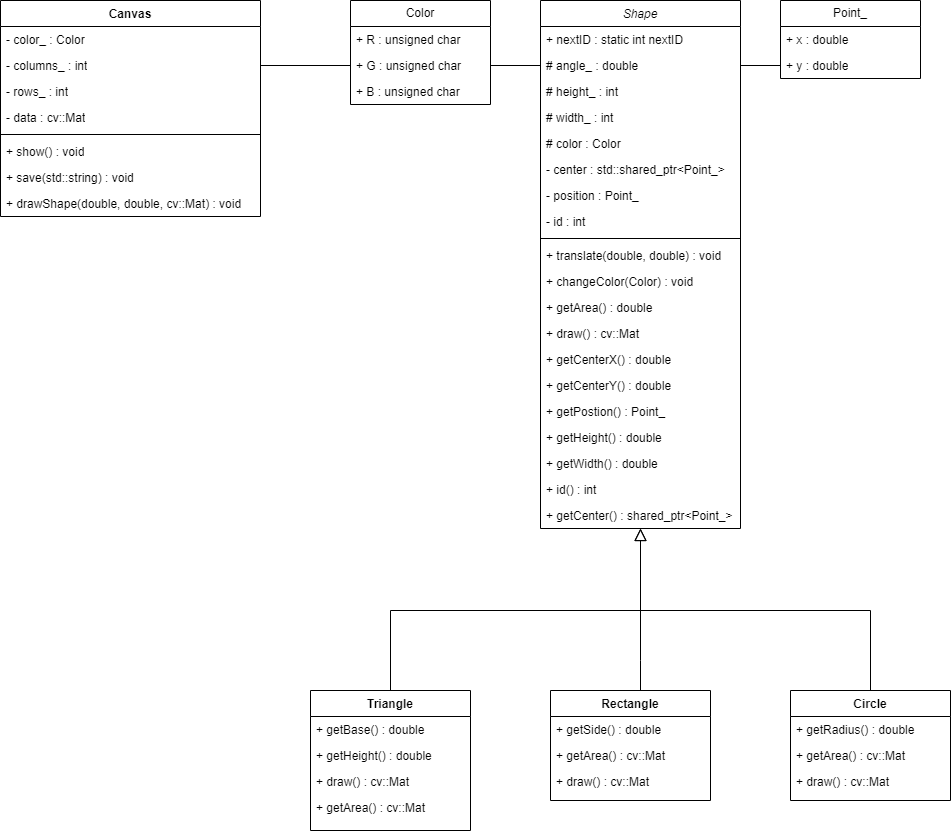
Earlier version of the draw.io export ClassDiagram.png (raisulzaeem/CppND-Capstone). Source tidied: cells renumbered, new cells last; positions are measured from the earlier drawing's top-left corner, leaving out a move shared by most shapes.
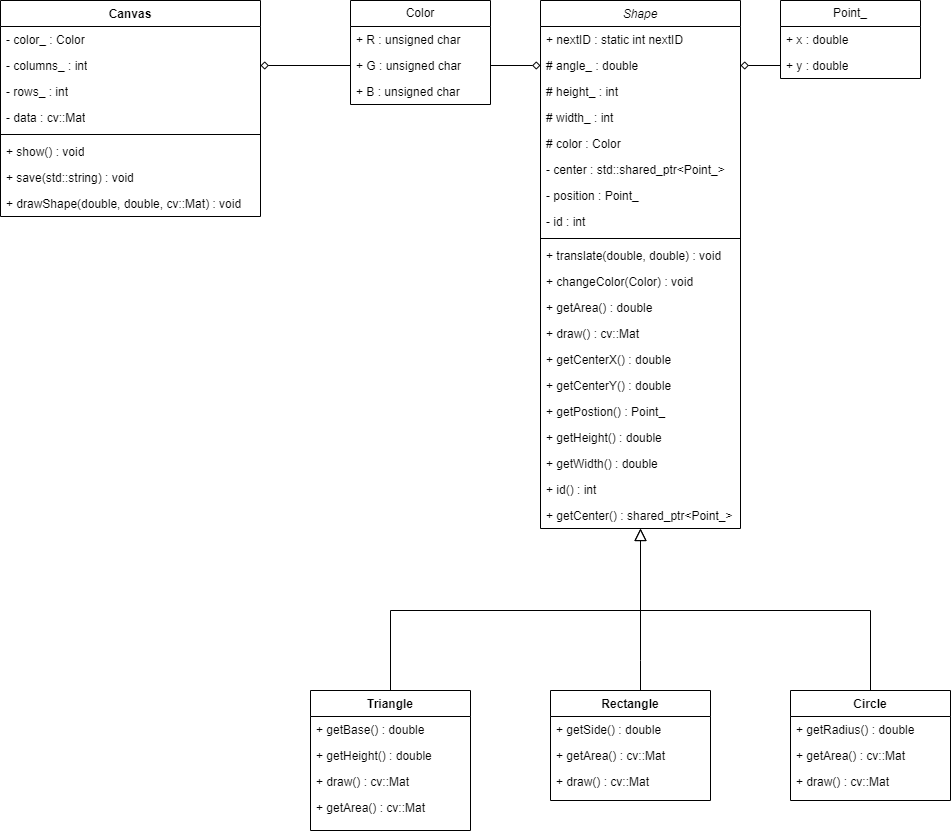
Above is the later version.

Commit message:
Modify class diagram

Diff of the diagram source:
```diff
@@ -119,7 +119,7 @@
     <mxCell id="37" value="+ B : unsigned char&amp;nbsp;" style="text;strokeColor=none;fillColor=none;align=left;verticalAlign=top;spacingLeft=4;spacingRight=4;overflow=hidden;whiteSpace=wrap;html=1;" parent="34" vertex="1">
       <mxGeometry y="78" width="140" height="26" as="geometry" />
     </mxCell>
-    <mxCell id="38" style="edgeStyle=orthogonalEdgeStyle;rounded=0;jettySize=auto;html=1;entryX=1;entryY=0.5;entryDx=0;entryDy=0;endArrow=none;endFill=0;" parent="1" edge="1" source="4" target="36">
+    <mxCell id="38" style="edgeStyle=orthogonalEdgeStyle;rounded=0;jettySize=auto;html=1;entryX=1;entryY=0.5;entryDx=0;entryDy=0;endArrow=none;endFill=0;startArrow=diamond;startFill=0;" parent="1" edge="1" source="4" target="36">
       <mxGeometry relative="1" as="geometry" />
     </mxCell>
     <mxCell id="39" value="Point_" style="swimlane;fontStyle=0;horizontal=1;startSize=26;fillColor=none;whiteSpace=wrap;html=1;" parent="1" vertex="1">
@@ -131,7 +131,7 @@
     <mxCell id="41" value="+ y : double" style="text;strokeColor=none;fillColor=none;align=left;verticalAlign=top;spacingLeft=4;spacingRight=4;overflow=hidden;points=[[0,0.5],[1,0.5]];portConstraint=eastwest;whiteSpace=wrap;html=1;" parent="39" vertex="1">
       <mxGeometry y="52" width="140" height="26" as="geometry" />
     </mxCell>
-    <mxCell id="42" style="edgeStyle=orthogonalEdgeStyle;rounded=0;jettySize=auto;html=1;entryX=1;entryY=0.5;entryDx=0;entryDy=0;endArrow=none;endFill=0;" parent="1" edge="1" source="41" target="4">
+    <mxCell id="42" style="edgeStyle=orthogonalEdgeStyle;rounded=0;jettySize=auto;html=1;entryX=1;entryY=0.5;entryDx=0;entryDy=0;endArrow=diamond;endFill=0;startArrow=none;startFill=0;" parent="1" edge="1" source="41" target="4">
       <mxGeometry relative="1" as="geometry" />
     </mxCell>
     <mxCell id="43" value="Circle" style="swimlane;fontStyle=1;align=center;verticalAlign=top;horizontal=1;startSize=26;rounded=0;shadow=0;strokeWidth=1;" parent="1" vertex="1">
@@ -181,7 +181,7 @@
     <mxCell id="56" value="+ drawShape(double, double, cv::Mat) : void" style="text;strokeColor=none;fillColor=none;align=left;verticalAlign=top;spacingLeft=4;spacingRight=4;overflow=hidden;whiteSpace=wrap;html=1;" parent="48" vertex="1">
       <mxGeometry y="190" width="260" height="26" as="geometry" />
     </mxCell>
-    <mxCell id="57" style="edgeStyle=orthogonalEdgeStyle;rounded=0;jettySize=auto;html=1;entryX=1;entryY=0.5;entryDx=0;entryDy=0;endArrow=none;endFill=0;" parent="1" edge="1" source="36" target="50">
+    <mxCell id="57" style="edgeStyle=orthogonalEdgeStyle;rounded=0;jettySize=auto;html=1;entryX=1;entryY=0.5;entryDx=0;entryDy=0;endArrow=diamond;endFill=0;" parent="1" edge="1" source="36" target="50">
       <mxGeometry relative="1" as="geometry" />
     </mxCell>
   </root>
```
